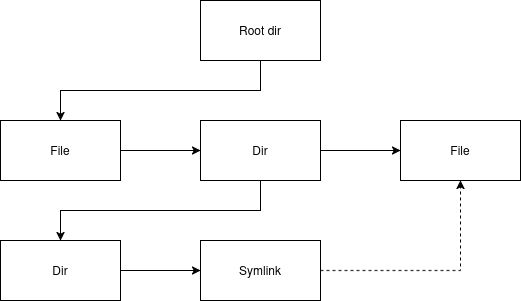
The draw.io diagram diagram.png in without-eyes/wsfs, before a commit. Source tidied: cells renumbered, new cells last; positions are measured from the earlier drawing's top-left corner, leaving out a move shared by most shapes. Source of this version:
```xml
<mxGraphModel>
  <root>
    <mxCell id="0" />
    <mxCell id="1" parent="0" />
    <mxCell id="2" style="edgeStyle=orthogonalEdgeStyle;rounded=0;jettySize=auto;html=1;entryX=0.5;entryY=0;entryDx=0;entryDy=0;exitX=0.5;exitY=1;exitDx=0;exitDy=0;" parent="1" edge="1" source="3" target="4">
      <mxGeometry relative="1" as="geometry" />
    </mxCell>
    <mxCell id="3" value="Root dir" style="rounded=0;whiteSpace=wrap;html=1;" parent="1" vertex="1">
      <mxGeometry x="200" width="120" height="60" as="geometry" />
    </mxCell>
    <mxCell id="4" value="File" style="rounded=0;whiteSpace=wrap;html=1;" parent="1" vertex="1">
      <mxGeometry y="120" width="120" height="60" as="geometry" />
    </mxCell>
    <mxCell id="5" style="edgeStyle=orthogonalEdgeStyle;rounded=0;jettySize=auto;html=1;exitX=1;exitY=0.5;exitDx=0;exitDy=0;entryX=0;entryY=0.5;entryDx=0;entryDy=0;" parent="1" edge="1" source="7" target="8">
      <mxGeometry relative="1" as="geometry" />
    </mxCell>
    <mxCell id="6" style="edgeStyle=orthogonalEdgeStyle;rounded=0;jettySize=auto;html=1;exitX=0.5;exitY=1;exitDx=0;exitDy=0;entryX=0.5;entryY=0;entryDx=0;entryDy=0;" parent="1" edge="1" source="7" target="10">
      <mxGeometry relative="1" as="geometry" />
    </mxCell>
    <mxCell id="7" value="Dir" style="rounded=0;whiteSpace=wrap;html=1;" parent="1" vertex="1">
      <mxGeometry x="200" y="120" width="120" height="60" as="geometry" />
    </mxCell>
    <mxCell id="8" value="File" style="rounded=0;whiteSpace=wrap;html=1;" parent="1" vertex="1">
      <mxGeometry x="400" y="120" width="120" height="60" as="geometry" />
    </mxCell>
    <mxCell id="9" style="edgeStyle=orthogonalEdgeStyle;rounded=0;jettySize=auto;html=1;" parent="1" edge="1" source="10" target="12">
      <mxGeometry relative="1" as="geometry" />
    </mxCell>
    <mxCell id="10" value="Dir" style="rounded=0;whiteSpace=wrap;html=1;" parent="1" vertex="1">
      <mxGeometry y="240" width="120" height="60" as="geometry" />
    </mxCell>
    <mxCell id="11" style="edgeStyle=orthogonalEdgeStyle;rounded=0;jettySize=auto;html=1;entryX=0.5;entryY=1;entryDx=0;entryDy=0;dashed=1;" parent="1" edge="1" source="12" target="8">
      <mxGeometry relative="1" as="geometry" />
    </mxCell>
    <mxCell id="12" value="Symlink" style="rounded=0;whiteSpace=wrap;html=1;" parent="1" vertex="1">
      <mxGeometry x="200" y="240" width="120" height="60" as="geometry" />
    </mxCell>
    <mxCell id="13" style="endArrow=classic;html=1;rounded=0;exitX=1;exitY=0.5;exitDx=0;exitDy=0;entryX=0;entryY=0.5;entryDx=0;entryDy=0;" parent="1" edge="1" source="4" target="7">
      <mxGeometry relative="1" as="geometry" />
    </mxCell>
  </root>
</mxGraphModel>
```
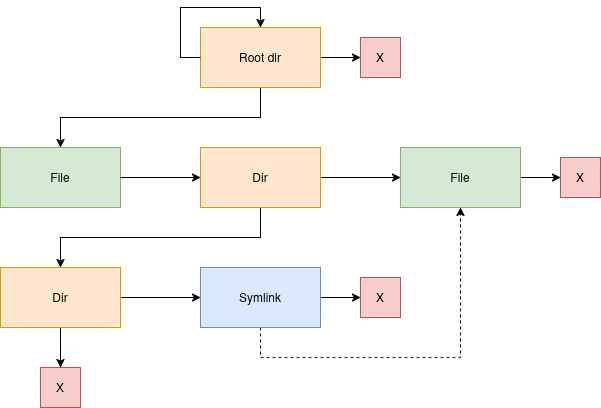
Above is the later version.

What changed in the source:
```diff
@@ -1,14 +1,17 @@
-<mxGraphModel>
+<mxGraphModel background="#FFFFFF">
   <root>
     <mxCell id="0" />
     <mxCell id="1" parent="0" />
     <mxCell id="2" style="edgeStyle=orthogonalEdgeStyle;rounded=0;jettySize=auto;html=1;entryX=0.5;entryY=0;entryDx=0;entryDy=0;exitX=0.5;exitY=1;exitDx=0;exitDy=0;" parent="1" edge="1" source="3" target="4">
       <mxGeometry relative="1" as="geometry" />
     </mxCell>
+    <mxCell id="14" style="edgeStyle=orthogonalEdgeStyle;rounded=0;jettySize=auto;html=1;entryX=0;entryY=0.5;entryDx=0;entryDy=0;" parent="1" edge="1" source="3" target="19">
+      <mxGeometry relative="1" as="geometry" />
+    </mxCell>
-    <mxCell id="3" value="Root dir" style="rounded=0;whiteSpace=wrap;html=1;" parent="1" vertex="1">
+    <mxCell id="3" value="Root dir" style="rounded=0;whiteSpace=wrap;html=1;fillColor=#ffe6cc;strokeColor=#d79b00;" parent="1" vertex="1">
       <mxGeometry x="200" width="120" height="60" as="geometry" />
     </mxCell>
-    <mxCell id="4" value="File" style="rounded=0;whiteSpace=wrap;html=1;" parent="1" vertex="1">
+    <mxCell id="4" value="File" style="rounded=0;whiteSpace=wrap;html=1;fillColor=#d5e8d4;strokeColor=#82b366;" parent="1" vertex="1">
       <mxGeometry y="120" width="120" height="60" as="geometry" />
     </mxCell>
     <mxCell id="5" style="edgeStyle=orthogonalEdgeStyle;rounded=0;jettySize=auto;html=1;exitX=1;exitY=0.5;exitDx=0;exitDy=0;entryX=0;entryY=0.5;entryDx=0;entryDy=0;" parent="1" edge="1" source="7" target="8">
@@ -17,26 +20,61 @@
     <mxCell id="6" style="edgeStyle=orthogonalEdgeStyle;rounded=0;jettySize=auto;html=1;exitX=0.5;exitY=1;exitDx=0;exitDy=0;entryX=0.5;entryY=0;entryDx=0;entryDy=0;" parent="1" edge="1" source="7" target="10">
       <mxGeometry relative="1" as="geometry" />
     </mxCell>
-    <mxCell id="7" value="Dir" style="rounded=0;whiteSpace=wrap;html=1;" parent="1" vertex="1">
+    <mxCell id="7" value="Dir" style="rounded=0;whiteSpace=wrap;html=1;fillColor=#ffe6cc;strokeColor=#d79b00;" parent="1" vertex="1">
       <mxGeometry x="200" y="120" width="120" height="60" as="geometry" />
     </mxCell>
+    <mxCell id="15" style="edgeStyle=orthogonalEdgeStyle;rounded=0;jettySize=auto;html=1;entryX=0;entryY=0.5;entryDx=0;entryDy=0;" parent="1" edge="1" source="8" target="20">
+      <mxGeometry relative="1" as="geometry" />
+    </mxCell>
-    <mxCell id="8" value="File" style="rounded=0;whiteSpace=wrap;html=1;" parent="1" vertex="1">
+    <mxCell id="8" value="File" style="rounded=0;whiteSpace=wrap;html=1;fillColor=#d5e8d4;strokeColor=#82b366;" parent="1" vertex="1">
       <mxGeometry x="400" y="120" width="120" height="60" as="geometry" />
     </mxCell>
     <mxCell id="9" style="edgeStyle=orthogonalEdgeStyle;rounded=0;jettySize=auto;html=1;" parent="1" edge="1" source="10" target="12">
       <mxGeometry relative="1" as="geometry" />
     </mxCell>
+    <mxCell id="16" style="edgeStyle=orthogonalEdgeStyle;rounded=0;jettySize=auto;html=1;entryX=0.5;entryY=0;entryDx=0;entryDy=0;" parent="1" edge="1" source="10" target="22">
+      <mxGeometry relative="1" as="geometry" />
+    </mxCell>
-    <mxCell id="10" value="Dir" style="rounded=0;whiteSpace=wrap;html=1;" parent="1" vertex="1">
+    <mxCell id="10" value="Dir" style="rounded=0;whiteSpace=wrap;html=1;fillColor=#ffe6cc;strokeColor=#d79b00;" parent="1" vertex="1">
       <mxGeometry y="240" width="120" height="60" as="geometry" />
     </mxCell>
     <mxCell id="11" style="edgeStyle=orthogonalEdgeStyle;rounded=0;jettySize=auto;html=1;entryX=0.5;entryY=1;entryDx=0;entryDy=0;dashed=1;" parent="1" edge="1" source="12" target="8">
-      <mxGeometry relative="1" as="geometry" />
+      <mxGeometry relative="1" as="geometry">
+        <Array as="points">
+          <mxPoint x="260" y="330" />
+          <mxPoint x="460" y="330" />
+        </Array>
+      </mxGeometry>
     </mxCell>
+    <mxCell id="17" style="edgeStyle=orthogonalEdgeStyle;rounded=0;jettySize=auto;html=1;entryX=0;entryY=0.5;entryDx=0;entryDy=0;" parent="1" edge="1" source="12" target="21">
+      <mxGeometry relative="1" as="geometry" />
+    </mxCell>
-    <mxCell id="12" value="Symlink" style="rounded=0;whiteSpace=wrap;html=1;" parent="1" vertex="1">
+    <mxCell id="12" value="Symlink" style="rounded=0;whiteSpace=wrap;html=1;fillColor=#dae8fc;strokeColor=#6c8ebf;" parent="1" vertex="1">
       <mxGeometry x="200" y="240" width="120" height="60" as="geometry" />
     </mxCell>
     <mxCell id="13" style="endArrow=classic;html=1;rounded=0;exitX=1;exitY=0.5;exitDx=0;exitDy=0;entryX=0;entryY=0.5;entryDx=0;entryDy=0;" parent="1" edge="1" source="4" target="7">
       <mxGeometry relative="1" as="geometry" />
     </mxCell>
+    <mxCell id="18" style="edgeStyle=orthogonalEdgeStyle;rounded=0;orthogonalLoop=1;jettySize=auto;html=1;entryX=0.5;entryY=0;entryDx=0;entryDy=0;exitX=0;exitY=0.5;exitDx=0;exitDy=0;" parent="1" edge="1" source="3" target="3">
+      <mxGeometry relative="1" as="geometry">
+        <Array as="points">
+          <mxPoint x="180" y="30" />
+          <mxPoint x="180" y="-20" />
+          <mxPoint x="260" y="-20" />
+        </Array>
+      </mxGeometry>
+    </mxCell>
+    <mxCell id="19" value="X" style="rounded=0;whiteSpace=wrap;html=1;fillColor=#f8cecc;strokeColor=#b85450;" parent="1" vertex="1">
+      <mxGeometry x="360" y="10" width="40" height="40" as="geometry" />
+    </mxCell>
+    <mxCell id="20" value="X" style="rounded=0;whiteSpace=wrap;html=1;fillColor=#f8cecc;strokeColor=#b85450;" parent="1" vertex="1">
+      <mxGeometry x="560" y="130" width="40" height="40" as="geometry" />
+    </mxCell>
+    <mxCell id="21" value="X" style="rounded=0;whiteSpace=wrap;html=1;fillColor=#f8cecc;strokeColor=#b85450;" parent="1" vertex="1">
+      <mxGeometry x="360" y="250" width="40" height="40" as="geometry" />
+    </mxCell>
+    <mxCell id="22" value="X" style="rounded=0;whiteSpace=wrap;html=1;fillColor=#f8cecc;strokeColor=#b85450;" parent="1" vertex="1">
+      <mxGeometry x="40" y="340" width="40" height="40" as="geometry" />
+    </mxCell>
   </root>
 </mxGraphModel>
```
